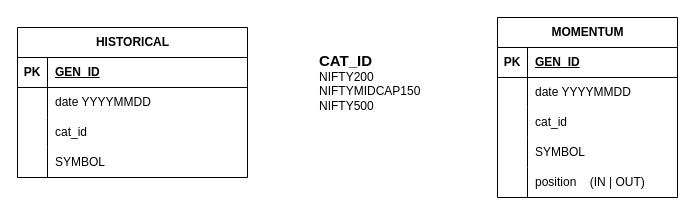
The draw.io diagram BE/solution/Market.drawio in afflato/system, before the edit. Source tidied: cells renumbered, new cells numbered last; positions are measured from the earlier drawing's top-left corner, leaving out a move shared by most shapes. Both pictures are drawn from the tidied source at 100%, with x=0, y=0 at pixel (17, 17).
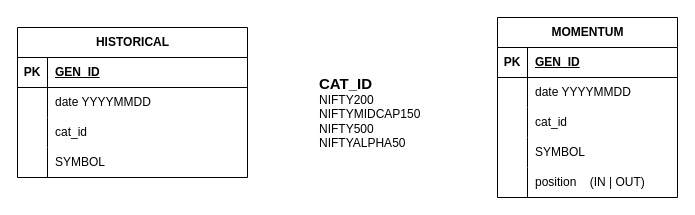
Above is the later version.

The edit, as a diff of the source:
```diff
@@
-    <mxCell id="32" value="&lt;b style=&quot;font-size: 15px;&quot;&gt;&lt;font style=&quot;font-size: 15px;&quot;&gt;CAT_ID&lt;/font&gt;&lt;/b&gt;&lt;div style=&quot;&quot;&gt;&lt;font style=&quot;font-size: 12px;&quot;&gt;NIFTY200&lt;/font&gt;&lt;/div&gt;&lt;div&gt;&lt;font style=&quot;font-size: 12px;&quot;&gt;NIFTYMIDCAP150&lt;/font&gt;&lt;/div&gt;&lt;div&gt;&lt;font style=&quot;font-size: 12px;&quot;&gt;NIFTY500&lt;/font&gt;&lt;/div&gt;" style="text;html=1;align=left;verticalAlign=middle;strokeColor=none;fillColor=none;" parent="1" vertex="1">
-      <mxGeometry x="300" y="30" width="120" height="70" as="geometry" />
+    <mxCell id="32" value="&lt;b style=&quot;font-size: 15px;&quot;&gt;&lt;font style=&quot;font-size: 15px;&quot;&gt;CAT_ID&lt;/font&gt;&lt;/b&gt;&lt;div style=&quot;&quot;&gt;&lt;font style=&quot;font-size: 12px;&quot;&gt;NIFTY200&lt;/font&gt;&lt;/div&gt;&lt;div&gt;&lt;font style=&quot;font-size: 12px;&quot;&gt;NIFTYMIDCAP150&lt;/font&gt;&lt;/div&gt;&lt;div&gt;&lt;font style=&quot;font-size: 12px;&quot;&gt;NIFTY500&lt;/font&gt;&lt;/div&gt;&lt;div&gt;&lt;font style=&quot;font-size: 12px;&quot;&gt;NIFTYALPHA50&lt;/font&gt;&lt;/div&gt;" style="text;html=1;align=left;verticalAlign=middle;strokeColor=none;fillColor=none;" parent="1" vertex="1">
+      <mxGeometry x="300" y="50" width="120" height="90" as="geometry" />
     </mxCell>
```
